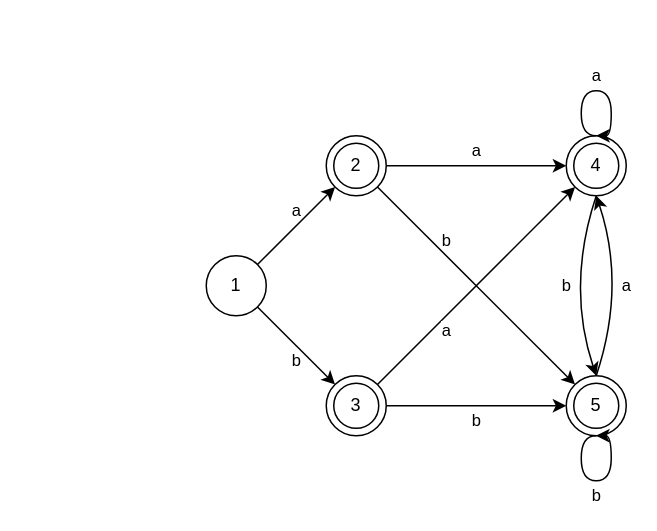
Before: page "Conversion DFA" (6 of 7) of Thompson_Construction/Thompson_Construction.drawio in Tobi2K/diagrams.net, a draw.io diagram. Source tidied: cells renumbered, new cells numbered last; positions are measured from the earlier drawing's top-left corner, leaving out a move shared by most shapes. Both pictures are drawn from the tidied source at 150%, with x=0, y=0 at pixel (206, 90).
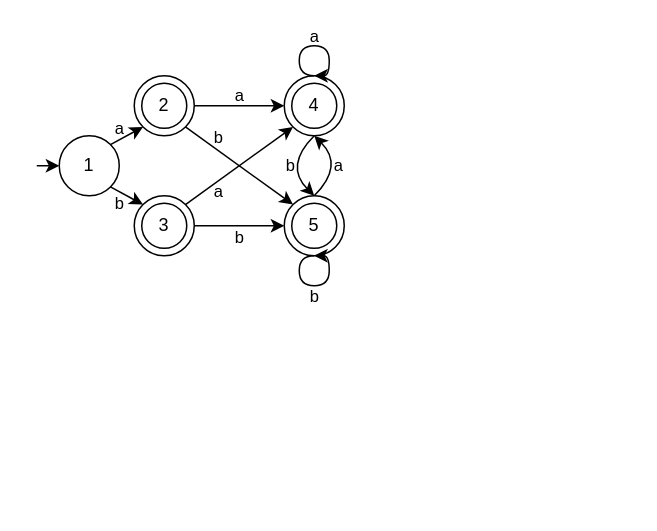
The same diagram, later.

Diff of the diagram source:
```diff
@@
     <mxCell id="2" value="1" style="ellipse;whiteSpace=wrap;html=1;" parent="1" vertex="1">
-      <mxGeometry y="110" width="40" height="40" as="geometry" />
+      <mxGeometry x="-98" y="30" width="40" height="40" as="geometry" />
     </mxCell>
     <mxCell id="3" style="ellipse;whiteSpace=wrap;html=1;" parent="1" vertex="1">
-      <mxGeometry x="80" y="30" width="40" height="40" as="geometry" />
+      <mxGeometry x="-48" y="-10" width="40" height="40" as="geometry" />
     </mxCell>
     <mxCell id="4" style="ellipse;whiteSpace=wrap;html=1;" parent="1" vertex="1">
-      <mxGeometry x="80" y="190" width="40" height="40" as="geometry" />
+      <mxGeometry x="-48" y="70" width="40" height="40" as="geometry" />
     </mxCell>
     <mxCell id="5" style="ellipse;whiteSpace=wrap;html=1;" parent="1" vertex="1">
-      <mxGeometry x="240" y="30" width="40" height="40" as="geometry" />
+      <mxGeometry x="52" y="-10" width="40" height="40" as="geometry" />
     </mxCell>
     <mxCell id="6" style="ellipse;whiteSpace=wrap;html=1;" parent="1" vertex="1">
-      <mxGeometry x="240" y="190" width="40" height="40" as="geometry" />
+      <mxGeometry x="52" y="70" width="40" height="40" as="geometry" />
     </mxCell>
     <mxCell id="7" value="2" style="ellipse;whiteSpace=wrap;html=1;" parent="1" vertex="1">
-      <mxGeometry x="85" y="35" width="30" height="30" as="geometry" />
+      <mxGeometry x="-43" y="-5" width="30" height="30" as="geometry" />
     </mxCell>
     <mxCell id="8" value="3" style="ellipse;whiteSpace=wrap;html=1;" parent="1" vertex="1">
-      <mxGeometry x="85" y="195" width="30" height="30" as="geometry" />
+      <mxGeometry x="-43" y="75" width="30" height="30" as="geometry" />
     </mxCell>
     <mxCell id="9" value="4" style="ellipse;whiteSpace=wrap;html=1;" parent="1" vertex="1">
-      <mxGeometry x="245" y="35" width="30" height="30" as="geometry" />
+      <mxGeometry x="57" y="-5" width="30" height="30" as="geometry" />
     </mxCell>
     <mxCell id="10" value="5" style="ellipse;whiteSpace=wrap;html=1;" parent="1" vertex="1">
-      <mxGeometry x="245" y="195" width="30" height="30" as="geometry" />
+      <mxGeometry x="57" y="75" width="30" height="30" as="geometry" />
     </mxCell>
-    <mxCell id="11" value="a" style="edgeStyle=orthogonalEdgeStyle;orthogonalLoop=1;jettySize=auto;html=1;exitX=0.5;exitY=0;exitDx=0;exitDy=0;entryX=0.5;entryY=0;entryDx=0;entryDy=0;curved=1;" parent="1" edge="1" source="5" target="5">
+    <mxCell id="11" value="a" style="edgeStyle=orthogonalEdgeStyle;orthogonalLoop=1;jettySize=auto;html=1;exitX=0.5;exitY=0;exitDx=0;exitDy=0;entryX=0.5;entryY=0;entryDx=0;entryDy=0;curved=1;spacingBottom=-7;labelBackgroundColor=none;" parent="1" edge="1" source="5" target="5">
       <mxGeometry y="10" relative="1" as="geometry">
         <Array as="points">
-          <mxPoint x="250" y="30" />
-          <mxPoint x="250" />
-          <mxPoint x="270" />
-          <mxPoint x="270" y="30" />
+          <mxPoint x="62" y="-10" />
+          <mxPoint x="62" y="-30" />
+          <mxPoint x="82" y="-30" />
+          <mxPoint x="82" y="-10" />
         </Array>
       </mxGeometry>
     </mxCell>
-    <mxCell id="12" value="b" style="edgeStyle=orthogonalEdgeStyle;orthogonalLoop=1;jettySize=auto;html=1;exitX=0.5;exitY=0;exitDx=0;exitDy=0;entryX=0.5;entryY=0;entryDx=0;entryDy=0;curved=1;" parent="1" edge="1">
+    <mxCell id="12" value="b" style="edgeStyle=orthogonalEdgeStyle;orthogonalLoop=1;jettySize=auto;html=1;exitX=0.5;exitY=0;exitDx=0;exitDy=0;entryX=0.5;entryY=0;entryDx=0;entryDy=0;curved=1;labelBackgroundColor=none;spacingTop=-7;" parent="1" edge="1">
       <mxGeometry y="-10" relative="1" as="geometry">
-        <mxPoint x="259.9" y="230" as="sourcePoint" />
-        <mxPoint x="259.9" y="230" as="targetPoint" />
+        <mxPoint x="71.9" y="110" as="sourcePoint" />
+        <mxPoint x="71.9" y="110" as="targetPoint" />
         <Array as="points">
-          <mxPoint x="250" y="230" />
-          <mxPoint x="250" y="260" />
-          <mxPoint x="270" y="260" />
-          <mxPoint x="270" y="230" />
+          <mxPoint x="62" y="110" />
+          <mxPoint x="62" y="130" />
+          <mxPoint x="82" y="130" />
+          <mxPoint x="82" y="110" />
         </Array>
       </mxGeometry>
     </mxCell>
     <mxCell id="13" value="a" style="endArrow=classic;html=1;curved=1;exitX=1;exitY=0;exitDx=0;exitDy=0;entryX=0;entryY=1;entryDx=0;entryDy=0;labelBackgroundColor=none;" parent="1" edge="1" source="2" target="3">
-      <mxGeometry x="0.19" y="7" relative="1" as="geometry" />
+      <mxGeometry x="-0.13" y="8" relative="1" as="geometry">
+        <mxPoint y="1" as="offset" />
+      </mxGeometry>
     </mxCell>
     <mxCell id="14" value="b" style="endArrow=classic;html=1;curved=1;exitX=1;exitY=1;exitDx=0;exitDy=0;entryX=0;entryY=0;entryDx=0;entryDy=0;labelBackgroundColor=none;" parent="1" edge="1" source="2" target="4">
-      <mxGeometry x="0.19" y="-7" relative="1" as="geometry" />
+      <mxGeometry x="-0.13" y="-8" relative="1" as="geometry">
+        <mxPoint y="-1" as="offset" />
+      </mxGeometry>
     </mxCell>
-    <mxCell id="15" value="&lt;div&gt;b&lt;/div&gt;" style="endArrow=classic;html=1;curved=1;exitX=1;exitY=0.5;exitDx=0;exitDy=0;entryX=0;entryY=0.5;entryDx=0;entryDy=0;" parent="1" edge="1" source="4" target="6">
+    <mxCell id="15" value="&lt;div&gt;b&lt;/div&gt;" style="endArrow=classic;html=1;curved=1;exitX=1;exitY=0.5;exitDx=0;exitDy=0;entryX=0;entryY=0.5;entryDx=0;entryDy=0;spacingTop=-4;" parent="1" edge="1" source="4" target="6">
       <mxGeometry y="-10" relative="1" as="geometry" />
     </mxCell>
-    <mxCell id="16" value="a" style="endArrow=classic;html=1;curved=1;entryX=0;entryY=0.5;entryDx=0;entryDy=0;exitX=1;exitY=0.5;exitDx=0;exitDy=0;" parent="1" edge="1" source="3" target="5">
+    <mxCell id="16" value="a" style="endArrow=classic;html=1;curved=1;entryX=0;entryY=0.5;entryDx=0;entryDy=0;exitX=1;exitY=0.5;exitDx=0;exitDy=0;spacingBottom=-5;" parent="1" edge="1" source="3" target="5">
       <mxGeometry y="10" relative="1" as="geometry" />
     </mxCell>
-    <mxCell id="17" value="&lt;div&gt;a&lt;/div&gt;" style="endArrow=classic;html=1;curved=1;entryX=0;entryY=1;entryDx=0;entryDy=0;exitX=1;exitY=0;exitDx=0;exitDy=0;" parent="1" edge="1" source="4" target="5">
-      <mxGeometry x="-0.38" y="-7" relative="1" as="geometry" />
+    <mxCell id="17" value="&lt;div&gt;a&lt;/div&gt;" style="endArrow=classic;html=1;curved=1;entryX=0;entryY=1;entryDx=0;entryDy=0;exitX=1;exitY=0;exitDx=0;exitDy=0;spacingTop=-7;labelBackgroundColor=none;" parent="1" edge="1" source="4" target="5">
+      <mxGeometry x="-0.52" y="-8" relative="1" as="geometry" />
     </mxCell>
-    <mxCell id="18" value="b" style="endArrow=classic;html=1;curved=1;exitX=1;exitY=1;exitDx=0;exitDy=0;entryX=0;entryY=0;entryDx=0;entryDy=0;labelBackgroundColor=none;" parent="1" edge="1" source="3" target="6">
-      <mxGeometry x="-0.38" y="7" relative="1" as="geometry" />
+    <mxCell id="18" value="b" style="endArrow=classic;html=1;curved=1;exitX=1;exitY=1;exitDx=0;exitDy=0;entryX=0;entryY=0;entryDx=0;entryDy=0;labelBackgroundColor=none;spacingBottom=-3;" parent="1" edge="1" source="3" target="6">
+      <mxGeometry x="-0.52" y="8" relative="1" as="geometry" />
     </mxCell>
-    <mxCell id="19" value="a" style="endArrow=classic;html=1;curved=1;entryX=0.5;entryY=1;entryDx=0;entryDy=0;exitX=0.5;exitY=0;exitDx=0;exitDy=0;" parent="1" edge="1" source="6" target="5">
+    <mxCell id="19" value="a" style="endArrow=classic;html=1;curved=1;entryX=0.5;entryY=1;entryDx=0;entryDy=0;exitX=0.5;exitY=0;exitDx=0;exitDy=0;spacingLeft=-8;" parent="1" edge="1" source="6" target="5">
       <mxGeometry relative="1" as="geometry">
         <Array as="points">
-          <mxPoint x="280" y="130" />
+          <mxPoint x="92" y="50" />
         </Array>
       </mxGeometry>
     </mxCell>
-    <mxCell id="20" value="b" style="endArrow=classic;html=1;curved=1;entryX=0.5;entryY=0;entryDx=0;entryDy=0;exitX=0.5;exitY=1;exitDx=0;exitDy=0;" parent="1" edge="1" source="5" target="6">
+    <mxCell id="20" value="b" style="endArrow=classic;html=1;curved=1;entryX=0.5;entryY=0;entryDx=0;entryDy=0;exitX=0.5;exitY=1;exitDx=0;exitDy=0;spacingRight=-8;" parent="1" edge="1" source="5" target="6">
       <mxGeometry relative="1" as="geometry">
         <Array as="points">
-          <mxPoint x="240" y="130" />
+          <mxPoint x="52" y="50" />
         </Array>
       </mxGeometry>
     </mxCell>
+    <mxCell id="21" style="endArrow=classic;html=1;rounded=0;labelBackgroundColor=none;entryX=0;entryY=0.5;entryDx=0;entryDy=0;" parent="1" edge="1" target="2">
+      <mxGeometry relative="1" as="geometry">
+        <mxPoint x="-113" y="50" as="sourcePoint" />
+      </mxGeometry>
+    </mxCell>
```
